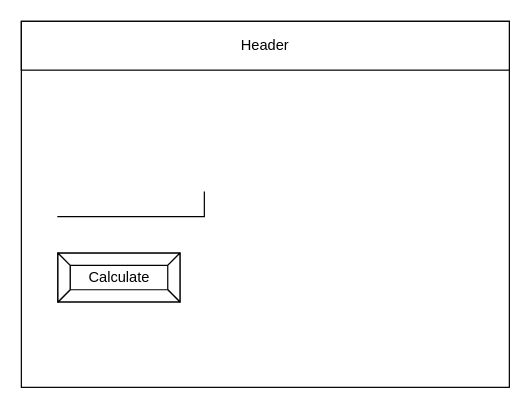
This is design/story-board.drawio from sam-corbett/ICS2O-Unit3-04-JS, a draw.io file, before an edit. Source tidied: cells renumbered, new cells numbered last; positions are measured from the earlier drawing's top-left corner, leaving out a move shared by most shapes. Both pictures are drawn from the tidied source at 122%, with x=0, y=0 at pixel (21, 21).
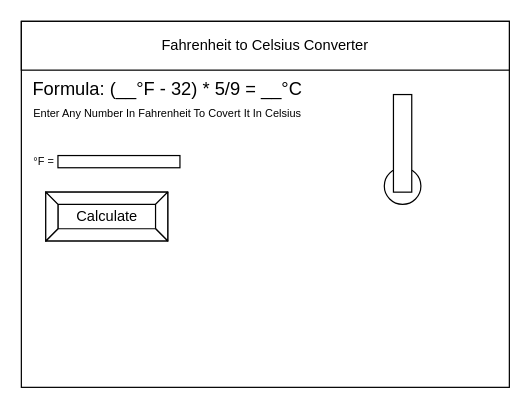
Above is the later version.

Change to the diagram source:
```diff
@@
 <mxGraphModel>
   <root>
     <mxCell id="0" />
     <mxCell id="1" parent="0" />
     <mxCell id="2" style="rounded=0;whiteSpace=wrap;html=1;" parent="1" vertex="1">
       <mxGeometry width="400" height="300" as="geometry" />
     </mxCell>
-    <mxCell id="3" value="Header" style="rounded=0;whiteSpace=wrap;html=1;" parent="1" vertex="1">
+    <mxCell id="3" value="Fahrenheit to Celsius Converter" style="rounded=0;whiteSpace=wrap;html=1;" parent="1" vertex="1">
       <mxGeometry width="400" height="40" as="geometry" />
     </mxCell>
-    <mxCell id="4" style="shape=partialRectangle;whiteSpace=wrap;html=1;top=0;left=0;fillColor=none;" parent="1" vertex="1">
-      <mxGeometry x="30" y="140" width="120" height="20" as="geometry" />
-    </mxCell>
     <mxCell id="5" value="Calculate" style="labelPosition=center;verticalLabelPosition=middle;align=center;html=1;shape=mxgraph.basic.button;dx=10;" parent="1" vertex="1">
-      <mxGeometry x="30" y="190" width="100" height="40" as="geometry" />
+      <mxGeometry x="20" y="140" width="100" height="40" as="geometry" />
     </mxCell>
+    <mxCell id="6" value="&lt;font style=&quot;font-size: 15px&quot;&gt;Formula: (__°F - 32) * 5/9 = __°C&lt;/font&gt;" style="text;html=1;strokeColor=none;fillColor=none;align=center;verticalAlign=middle;whiteSpace=wrap;rounded=0;" parent="1" vertex="1">
+      <mxGeometry y="40" width="240" height="30" as="geometry" />
+    </mxCell>
+    <mxCell id="7" style="ellipse;whiteSpace=wrap;html=1;" parent="1" vertex="1">
+      <mxGeometry x="297.5" y="120" width="30" height="30" as="geometry" />
+    </mxCell>
+    <mxCell id="8" style="rounded=0;whiteSpace=wrap;html=1;" parent="1" vertex="1">
+      <mxGeometry x="305" y="60" width="15" height="80" as="geometry" />
+    </mxCell>
+    <mxCell id="9" value="&lt;font style=&quot;font-size: 9px&quot;&gt;Enter Any Number In Fahrenheit To Covert It In Celsius&lt;/font&gt;" style="text;html=1;strokeColor=none;fillColor=none;align=center;verticalAlign=middle;whiteSpace=wrap;rounded=0;" parent="1" vertex="1">
+      <mxGeometry x="5" y="70" width="230" height="10" as="geometry" />
+    </mxCell>
+    <mxCell id="10" style="rounded=0;whiteSpace=wrap;html=1;fontSize=9;" parent="1" vertex="1">
+      <mxGeometry x="30" y="110" width="100" height="10" as="geometry" />
+    </mxCell>
+    <mxCell id="11" value="°F =&amp;nbsp;" style="text;html=1;strokeColor=none;fillColor=none;align=center;verticalAlign=middle;whiteSpace=wrap;rounded=0;fontSize=9;" parent="1" vertex="1">
+      <mxGeometry x="5" y="110" width="30" height="10" as="geometry" />
+    </mxCell>
   </root>
 </mxGraphModel>
```
